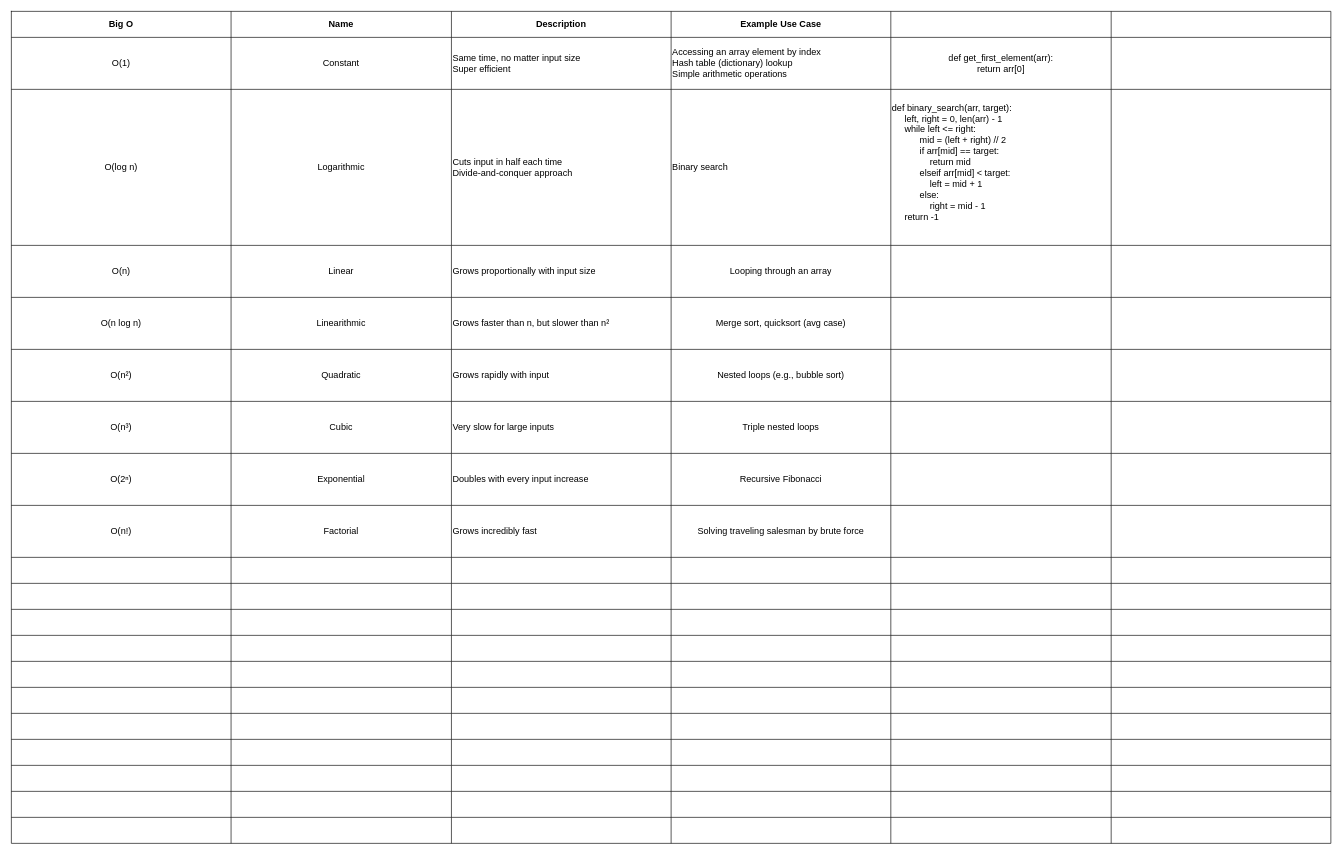
Before: CodeCracking/BigO.drawio in tyk1hc/drawio, a draw.io diagram. Source tidied: cells renumbered, new cells numbered last; positions are measured from the earlier drawing's top-left corner, leaving out a move shared by most shapes. Both pictures are drawn from the tidied source at 65%, with x=0, y=0 at pixel (11, 11).
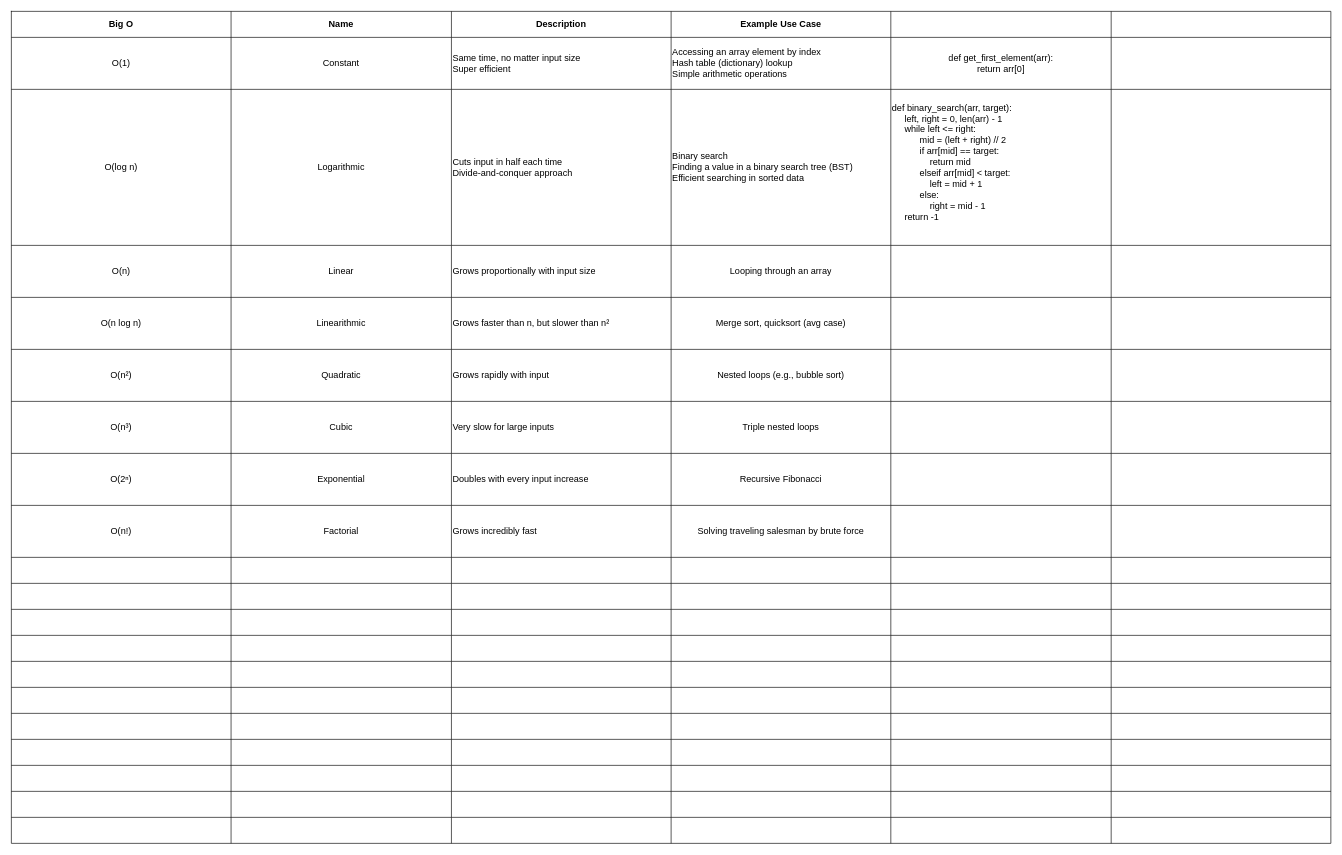
The same diagram, later.

Unchanged cells that the change refers to:
```xml
<mxCell id="17" style="shape=tableRow;horizontal=0;startSize=0;swimlaneHead=0;swimlaneBody=0;strokeColor=inherit;top=0;left=0;bottom=0;right=0;fillColor=none;" parent="2" vertex="1">
  <mxGeometry y="120" width="2030" height="240" as="geometry" />
</mxCell>
```

The edit, as a diff of the source:
```diff
@@
-    <mxCell id="21" value="Binary search" style="shape=partialRectangle;html=1;whiteSpace=wrap;strokeColor=inherit;overflow=hidden;fillColor=none;top=0;left=0;bottom=0;right=0;fontSize=14;align=left;" parent="17" vertex="1">
+    <mxCell id="21" value="Binary search&lt;br&gt;&lt;div&gt;Finding a value in a binary search tree (BST)&lt;/div&gt;&lt;div&gt;Efficient searching in sorted data&lt;br&gt;&lt;/div&gt;" style="shape=partialRectangle;html=1;whiteSpace=wrap;strokeColor=inherit;overflow=hidden;fillColor=none;top=0;left=0;bottom=0;right=0;fontSize=14;align=left;" parent="17" vertex="1">
       <mxGeometry x="1015" width="338" height="240" as="geometry" />
     </mxCell>
```
